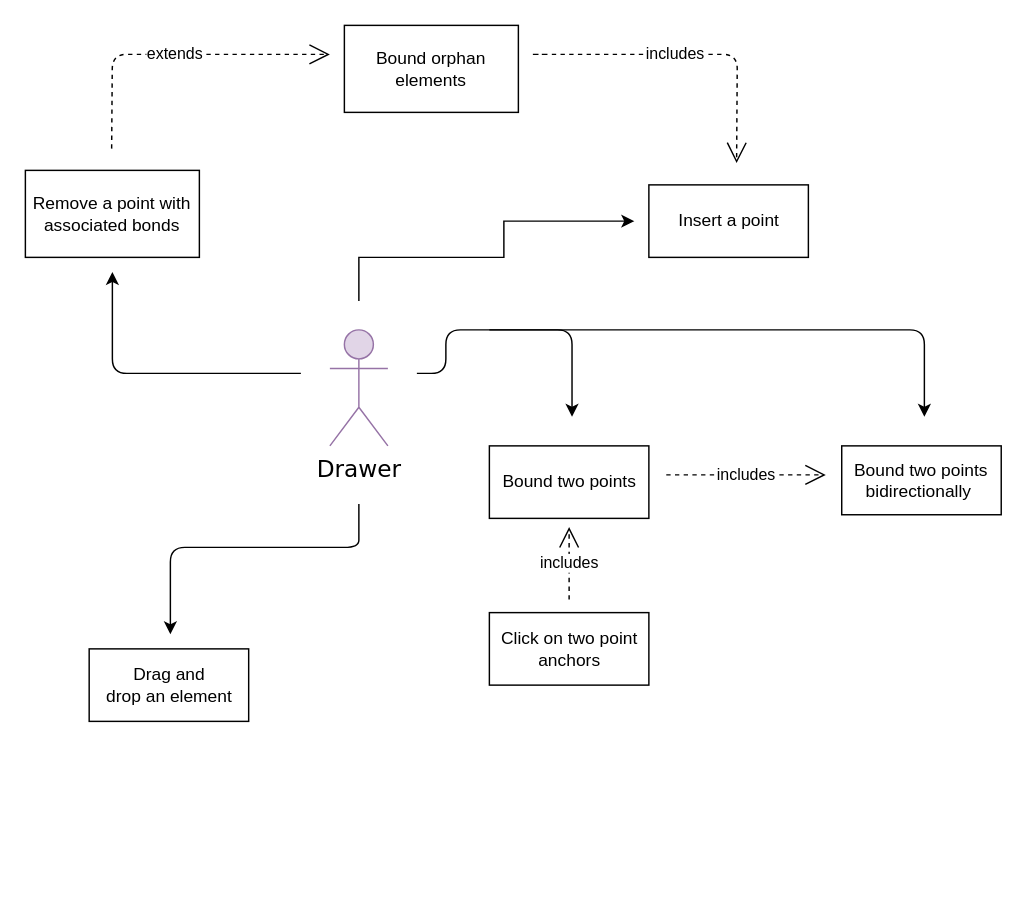
Before: ClientApp/src/components/Sketchs/UML/use-case.drawio in hupiat/camille, a draw.io diagram. Source tidied: cells renumbered, new cells numbered last; positions are measured from the earlier drawing's top-left corner, leaving out a move shared by most shapes. Both pictures are drawn from the tidied source at 145%, with x=0, y=0 at pixel (25, 25).
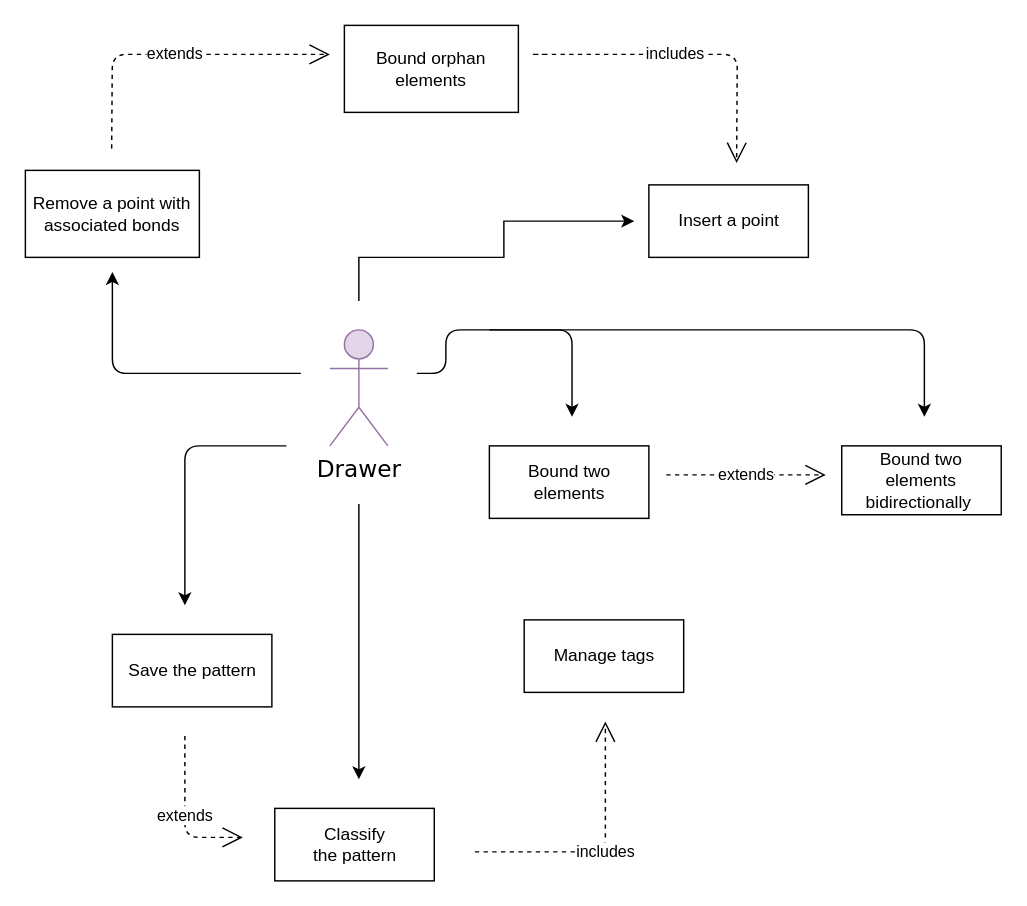
After the change.

Diff of the diagram source:
```diff
@@
-    <mxCell id="5" value="Bound two points" style="html=1;" parent="1" vertex="1">
+    <mxCell id="5" value="Bound two &lt;br&gt;elements" style="html=1;" parent="1" vertex="1">
       <mxGeometry x="320" y="290" width="110" height="50" as="geometry" />
     </mxCell>
@@
-    <mxCell id="7" value="Click on two point&lt;br&gt;anchors" style="html=1;" parent="1" vertex="1">
-      <mxGeometry x="320" y="405" width="110" height="50" as="geometry" />
-    </mxCell>
-    <mxCell id="8" value="includes" style="endArrow=open;endSize=12;dashed=1;html=1;" parent="1" edge="1">
-      <mxGeometry relative="1" as="geometry">
-        <mxPoint x="375" y="396" as="sourcePoint" />
-        <mxPoint x="375" y="346" as="targetPoint" />
-      </mxGeometry>
-    </mxCell>
-    <mxCell id="9" value="Drag and&lt;br&gt;drop an element" style="html=1;" parent="1" vertex="1">
-      <mxGeometry x="44" y="430" width="110" height="50" as="geometry" />
-    </mxCell>
-    <mxCell id="10" style="endArrow=classic;html=1;" parent="1" edge="1">
-      <mxGeometry relative="1" as="geometry">
-        <mxPoint x="230" y="330" as="sourcePoint" />
-        <mxPoint x="100" y="420" as="targetPoint" />
-        <Array as="points">
-          <mxPoint x="230" y="340" />
-          <mxPoint x="230" y="360" />
-          <mxPoint x="140" y="360" />
-          <mxPoint x="100" y="360" />
-        </Array>
-      </mxGeometry>
-    </mxCell>
@@
-    <mxCell id="16" value="Bound two points bidirectionally&amp;nbsp;" style="rounded=0;whiteSpace=wrap;html=1;" parent="1" vertex="1">
+    <mxCell id="16" value="Bound two elements bidirectionally&amp;nbsp;" style="rounded=0;whiteSpace=wrap;html=1;" parent="1" vertex="1">
       <mxGeometry x="563" y="290" width="110" height="47.5" as="geometry" />
     </mxCell>
-    <mxCell id="17" value="includes" style="endArrow=open;endSize=12;dashed=1;html=1;" parent="1" edge="1">
+    <mxCell id="17" value="extends" style="endArrow=open;endSize=12;dashed=1;html=1;" parent="1" edge="1">
       <mxGeometry relative="1" as="geometry">
         <mxPoint x="442" y="310" as="sourcePoint" />
         <mxPoint x="552" y="310" as="targetPoint" />
       </mxGeometry>
     </mxCell>
@@
+    <mxCell id="19" value="Save the pattern" style="html=1;" parent="1" vertex="1">
+      <mxGeometry x="60" y="420" width="110" height="50" as="geometry" />
+    </mxCell>
+    <mxCell id="20" style="endArrow=classic;html=1;" parent="1" edge="1">
+      <mxGeometry relative="1" as="geometry">
+        <mxPoint x="180" y="290" as="sourcePoint" />
+        <mxPoint x="110" y="400" as="targetPoint" />
+        <Array as="points">
+          <mxPoint x="110" y="290" />
+        </Array>
+      </mxGeometry>
+    </mxCell>
+    <mxCell id="21" value="Classify &lt;br&gt;the pattern" style="html=1;" parent="1" vertex="1">
+      <mxGeometry x="172" y="540" width="110" height="50" as="geometry" />
+    </mxCell>
+    <mxCell id="22" value="extends" style="endArrow=open;endSize=12;dashed=1;html=1;" parent="1" edge="1">
+      <mxGeometry relative="1" as="geometry">
+        <mxPoint x="110" y="490" as="sourcePoint" />
+        <mxPoint x="150" y="560" as="targetPoint" />
+        <Array as="points">
+          <mxPoint x="110" y="560" />
+        </Array>
+      </mxGeometry>
+    </mxCell>
+    <mxCell id="23" style="endArrow=classic;html=1;" parent="1" edge="1">
+      <mxGeometry relative="1" as="geometry">
+        <mxPoint x="230" y="330" as="sourcePoint" />
+        <mxPoint x="230" y="520" as="targetPoint" />
+        <Array as="points">
+          <mxPoint x="230" y="430" />
+        </Array>
+      </mxGeometry>
+    </mxCell>
+    <mxCell id="24" value="Manage tags" style="html=1;" parent="1" vertex="1">
+      <mxGeometry x="344" y="410" width="110" height="50" as="geometry" />
+    </mxCell>
+    <mxCell id="8" value="includes" style="endArrow=open;endSize=12;dashed=1;html=1;" parent="1" edge="1">
+      <mxGeometry relative="1" as="geometry">
+        <mxPoint x="310" y="570" as="sourcePoint" />
+        <mxPoint x="400" y="480" as="targetPoint" />
+        <Array as="points">
+          <mxPoint x="400" y="570" />
+        </Array>
+      </mxGeometry>
+    </mxCell>
```
